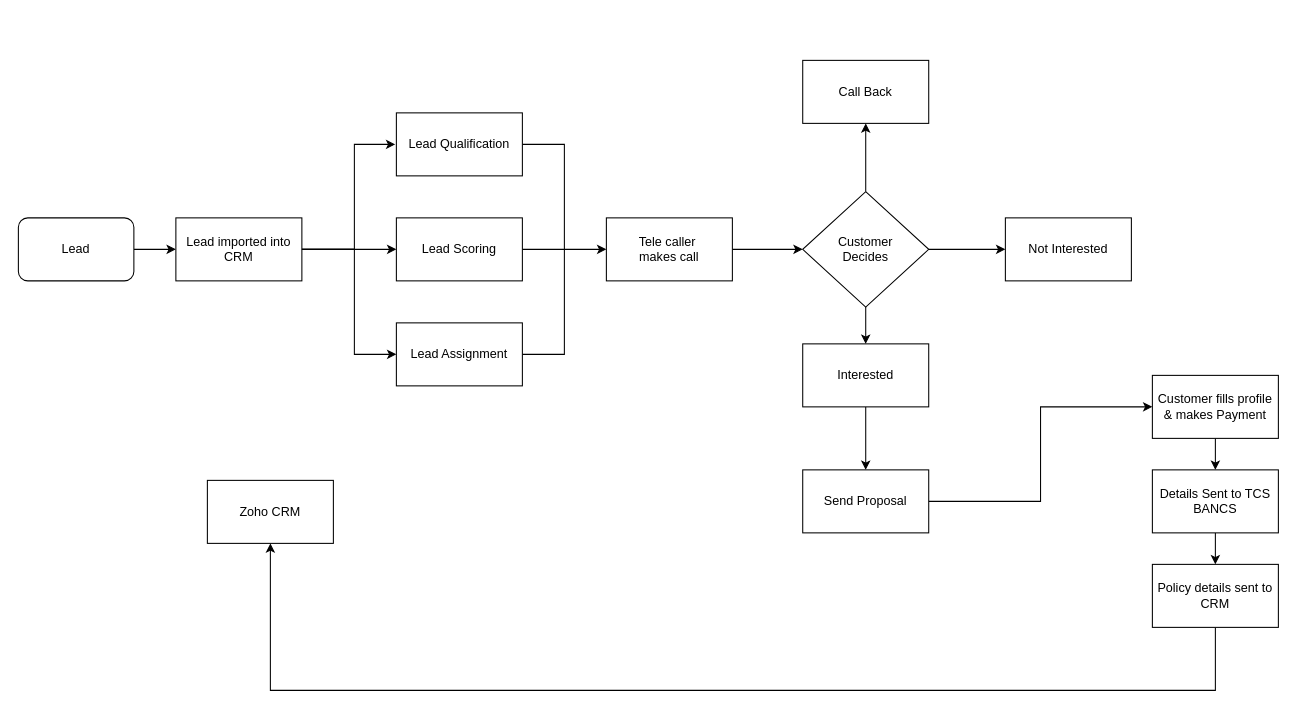
Earlier version of the draw.io diagram TeleSales.drawio (shaileshsreedar/Galaxy). Source tidied: cells renumbered, new cells numbered last; positions are measured from the earlier drawing's top-left corner, leaving out a move shared by most shapes. Both pictures are drawn from the tidied source at 105%, with x=0, y=0 at pixel (18, 60).
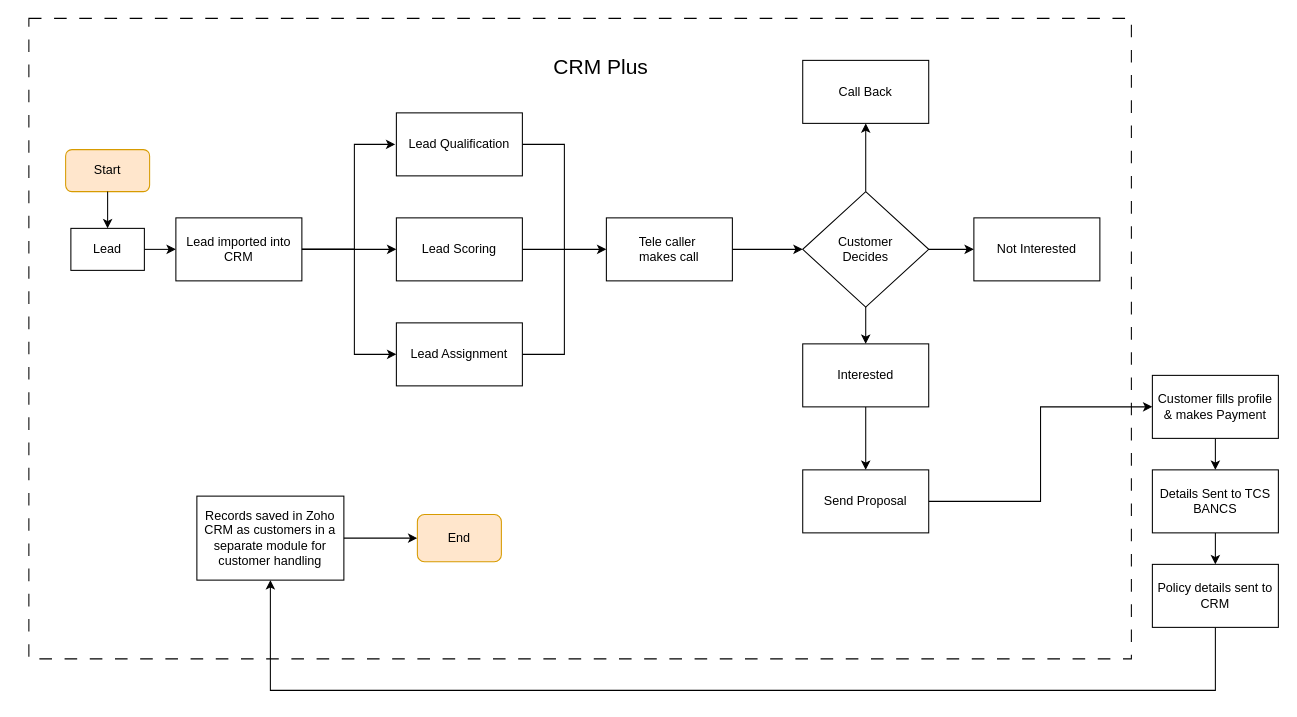
The same page after the edit.

Change to the diagram source:
```diff
@@
+    <mxCell id="32" style="rounded=0;whiteSpace=wrap;html=1;dashed=1;dashPattern=12 12;" parent="1" vertex="1">
+      <mxGeometry x="10" y="-40" width="1050" height="610" as="geometry" />
+    </mxCell>
@@
-    <mxCell id="3" value="Lead" style="rounded=1;whiteSpace=wrap;html=1;" parent="1" vertex="1">
-      <mxGeometry y="150" width="110" height="60" as="geometry" />
-    </mxCell>
@@
     <mxCell id="19" value="Not Interested" style="whiteSpace=wrap;html=1;" parent="1" vertex="1">
-      <mxGeometry x="940" y="150" width="120" height="60" as="geometry" />
+      <mxGeometry x="910" y="150" width="120" height="60" as="geometry" />
     </mxCell>
@@
-    <mxCell id="30" value="Zoho CRM" style="whiteSpace=wrap;html=1;" parent="1" vertex="1">
-      <mxGeometry x="180" y="400" width="120" height="60" as="geometry" />
+    <mxCell id="30" value="Records saved in Zoho CRM as customers in a separate module for customer handling" style="whiteSpace=wrap;html=1;" parent="1" vertex="1">
+      <mxGeometry x="170" y="415" width="140" height="80" as="geometry" />
     </mxCell>
@@
+    <mxCell id="33" style="endArrow=classic;html=1;rounded=0;exitX=1;exitY=0.5;exitDx=0;exitDy=0;entryX=0;entryY=0.5;entryDx=0;entryDy=0;" parent="1" edge="1" source="30" target="34">
+      <mxGeometry relative="1" as="geometry" />
+    </mxCell>
+    <mxCell id="34" value="End" style="rounded=1;whiteSpace=wrap;html=1;fillColor=#ffe6cc;strokeColor=#d79b00;" parent="1" vertex="1">
+      <mxGeometry x="380" y="432.5" width="80" height="45" as="geometry" />
+    </mxCell>
+    <mxCell id="35" value="Start" style="rounded=1;whiteSpace=wrap;html=1;fillColor=#ffe6cc;strokeColor=#d79b00;" parent="1" vertex="1">
+      <mxGeometry x="45" y="85" width="80" height="40" as="geometry" />
+    </mxCell>
+    <mxCell id="3" value="Lead" style="rounded=0;whiteSpace=wrap;html=1;" parent="1" vertex="1">
+      <mxGeometry x="50" y="160" width="70" height="40" as="geometry" />
+    </mxCell>
+    <mxCell id="36" style="endArrow=classic;html=1;rounded=0;exitX=0.5;exitY=1;exitDx=0;exitDy=0;entryX=0.5;entryY=0;entryDx=0;entryDy=0;" parent="1" edge="1" source="35" target="3">
+      <mxGeometry relative="1" as="geometry" />
+    </mxCell>
+    <mxCell id="37" value="&lt;font style=&quot;font-size: 20px;&quot;&gt;CRM Plus&lt;/font&gt;" style="text;html=1;align=center;verticalAlign=middle;whiteSpace=wrap;rounded=0;" parent="1" vertex="1">
+      <mxGeometry x="490" y="-10" width="130" height="30" as="geometry" />
+    </mxCell>
```
